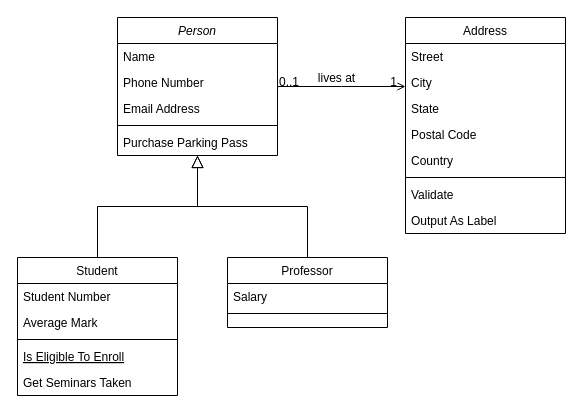
The draw.io diagram Untitled Diagram.drawio in ParhamBeik/QUERA_PROJECTS, before the edit. Source tidied: cells renumbered, new cells numbered last; positions are measured from the earlier drawing's top-left corner, leaving out a move shared by most shapes. Both pictures are drawn from the tidied source at 100%, with x=0, y=0 at pixel (17, 17).
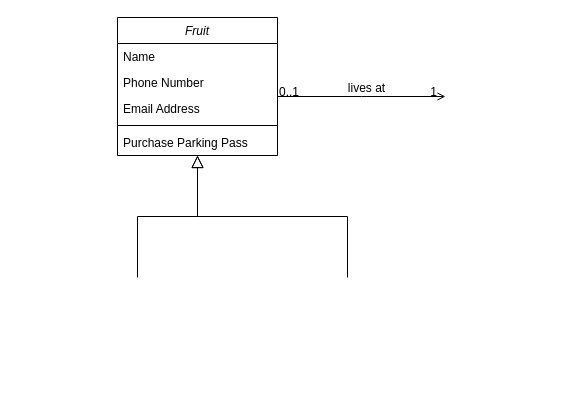
Above is the later version.

What changed in the source:
```diff
@@
-    <mxCell id="2" value="Person" style="swimlane;fontStyle=2;align=center;verticalAlign=top;horizontal=1;startSize=26;rounded=0;shadow=0;strokeWidth=1;" parent="1" vertex="1">
+    <mxCell id="2" value="Fruit" style="swimlane;fontStyle=2;align=center;verticalAlign=top;horizontal=1;startSize=26;rounded=0;shadow=0;strokeWidth=1;" parent="1" vertex="1">
       <mxGeometry x="100" width="160" height="138" as="geometry" />
     </mxCell>
@@
-    <mxCell id="8" value="Student" style="swimlane;fontStyle=0;align=center;verticalAlign=top;horizontal=1;startSize=26;rounded=0;shadow=0;strokeWidth=1;" parent="1" vertex="1">
-      <mxGeometry y="240" width="160" height="138" as="geometry" />
-    </mxCell>
-    <mxCell id="9" value="Student Number" style="text;align=left;verticalAlign=top;spacingLeft=4;spacingRight=4;overflow=hidden;" parent="8" vertex="1">
-      <mxGeometry y="26" width="160" height="26" as="geometry" />
-    </mxCell>
-    <mxCell id="10" value="Average Mark" style="text;align=left;verticalAlign=top;spacingLeft=4;spacingRight=4;overflow=hidden;rounded=0;shadow=0;html=0;" parent="8" vertex="1">
-      <mxGeometry y="52" width="160" height="26" as="geometry" />
-    </mxCell>
-    <mxCell id="11" style="line;html=1;strokeWidth=1;align=left;verticalAlign=middle;spacingTop=-1;spacingLeft=3;spacingRight=3;labelPosition=right;" parent="8" vertex="1">
-      <mxGeometry y="78" width="160" height="8" as="geometry" />
-    </mxCell>
-    <mxCell id="12" value="Is Eligible To Enroll" style="text;align=left;verticalAlign=top;spacingLeft=4;spacingRight=4;overflow=hidden;fontStyle=4;" parent="8" vertex="1">
-      <mxGeometry y="86" width="160" height="26" as="geometry" />
-    </mxCell>
-    <mxCell id="13" value="Get Seminars Taken" style="text;align=left;verticalAlign=top;spacingLeft=4;spacingRight=4;overflow=hidden;" parent="8" vertex="1">
-      <mxGeometry y="112" width="160" height="26" as="geometry" />
-    </mxCell>
-    <mxCell id="14" style="endArrow=block;endSize=10;endFill=0;shadow=0;strokeWidth=1;rounded=0;edgeStyle=elbowEdgeStyle;elbow=vertical;" parent="1" edge="1" source="8" target="2">
-      <mxGeometry relative="1" as="geometry" />
+    <mxCell id="14" style="endArrow=block;endSize=10;endFill=0;shadow=0;strokeWidth=1;rounded=0;edgeStyle=elbowEdgeStyle;elbow=vertical;" parent="1" edge="1" target="2">
+      <mxGeometry relative="1" as="geometry">
+        <mxPoint x="120" y="260" as="sourcePoint" />
+      </mxGeometry>
     </mxCell>
-    <mxCell id="15" value="Professor" style="swimlane;fontStyle=0;align=center;verticalAlign=top;horizontal=1;startSize=26;rounded=0;shadow=0;strokeWidth=1;" parent="1" vertex="1">
-      <mxGeometry x="210" y="240" width="160" height="70" as="geometry" />
-    </mxCell>
-    <mxCell id="16" value="Salary" style="text;align=left;verticalAlign=top;spacingLeft=4;spacingRight=4;overflow=hidden;" parent="15" vertex="1">
-      <mxGeometry y="26" width="160" height="26" as="geometry" />
-    </mxCell>
-    <mxCell id="17" style="line;html=1;strokeWidth=1;align=left;verticalAlign=middle;spacingTop=-1;spacingLeft=3;spacingRight=3;labelPosition=right;" parent="15" vertex="1">
-      <mxGeometry y="52" width="160" height="8" as="geometry" />
-    </mxCell>
-    <mxCell id="18" style="endArrow=block;endSize=10;endFill=0;shadow=0;strokeWidth=1;rounded=0;edgeStyle=elbowEdgeStyle;elbow=vertical;" parent="1" edge="1" source="15" target="2">
-      <mxGeometry relative="1" as="geometry" />
+    <mxCell id="18" style="endArrow=block;endSize=10;endFill=0;shadow=0;strokeWidth=1;rounded=0;edgeStyle=elbowEdgeStyle;elbow=vertical;" parent="1" edge="1" target="2">
+      <mxGeometry relative="1" as="geometry">
+        <mxPoint x="330" y="260" as="sourcePoint" />
+      </mxGeometry>
     </mxCell>
-    <mxCell id="19" value="Address" style="swimlane;fontStyle=0;align=center;verticalAlign=top;horizontal=1;startSize=26;rounded=0;shadow=0;strokeWidth=1;" parent="1" vertex="1">
-      <mxGeometry x="388" width="160" height="216" as="geometry" />
-    </mxCell>
-    <mxCell id="20" value="Street" style="text;align=left;verticalAlign=top;spacingLeft=4;spacingRight=4;overflow=hidden;" parent="19" vertex="1">
-      <mxGeometry y="26" width="160" height="26" as="geometry" />
-    </mxCell>
-    <mxCell id="21" value="City" style="text;align=left;verticalAlign=top;spacingLeft=4;spacingRight=4;overflow=hidden;rounded=0;shadow=0;html=0;" parent="19" vertex="1">
-      <mxGeometry y="52" width="160" height="26" as="geometry" />
-    </mxCell>
-    <mxCell id="22" value="State" style="text;align=left;verticalAlign=top;spacingLeft=4;spacingRight=4;overflow=hidden;rounded=0;shadow=0;html=0;" parent="19" vertex="1">
-      <mxGeometry y="78" width="160" height="26" as="geometry" />
-    </mxCell>
-    <mxCell id="23" value="Postal Code" style="text;align=left;verticalAlign=top;spacingLeft=4;spacingRight=4;overflow=hidden;rounded=0;shadow=0;html=0;" parent="19" vertex="1">
-      <mxGeometry y="104" width="160" height="26" as="geometry" />
-    </mxCell>
-    <mxCell id="24" value="Country" style="text;align=left;verticalAlign=top;spacingLeft=4;spacingRight=4;overflow=hidden;rounded=0;shadow=0;html=0;" parent="19" vertex="1">
-      <mxGeometry y="130" width="160" height="26" as="geometry" />
-    </mxCell>
-    <mxCell id="25" style="line;html=1;strokeWidth=1;align=left;verticalAlign=middle;spacingTop=-1;spacingLeft=3;spacingRight=3;labelPosition=right;" parent="19" vertex="1">
-      <mxGeometry y="156" width="160" height="8" as="geometry" />
-    </mxCell>
-    <mxCell id="26" value="Validate" style="text;align=left;verticalAlign=top;spacingLeft=4;spacingRight=4;overflow=hidden;" parent="19" vertex="1">
-      <mxGeometry y="164" width="160" height="26" as="geometry" />
-    </mxCell>
-    <mxCell id="27" value="Output As Label" style="text;align=left;verticalAlign=top;spacingLeft=4;spacingRight=4;overflow=hidden;" parent="19" vertex="1">
-      <mxGeometry y="190" width="160" height="26" as="geometry" />
-    </mxCell>
-    <mxCell id="28" style="endArrow=open;shadow=0;strokeWidth=1;rounded=0;endFill=1;edgeStyle=elbowEdgeStyle;elbow=vertical;" parent="1" edge="1" source="2" target="19">
+    <mxCell id="28" style="endArrow=open;shadow=0;strokeWidth=1;rounded=0;endFill=1;edgeStyle=elbowEdgeStyle;elbow=vertical;" parent="1" edge="1" source="2">
       <mxGeometry x="0.5" y="41" relative="1" as="geometry">
+        <mxPoint x="428" y="79" as="targetPoint" />
         <mxPoint x="-40" y="32" as="offset" />
       </mxGeometry>
     </mxCell>
```
